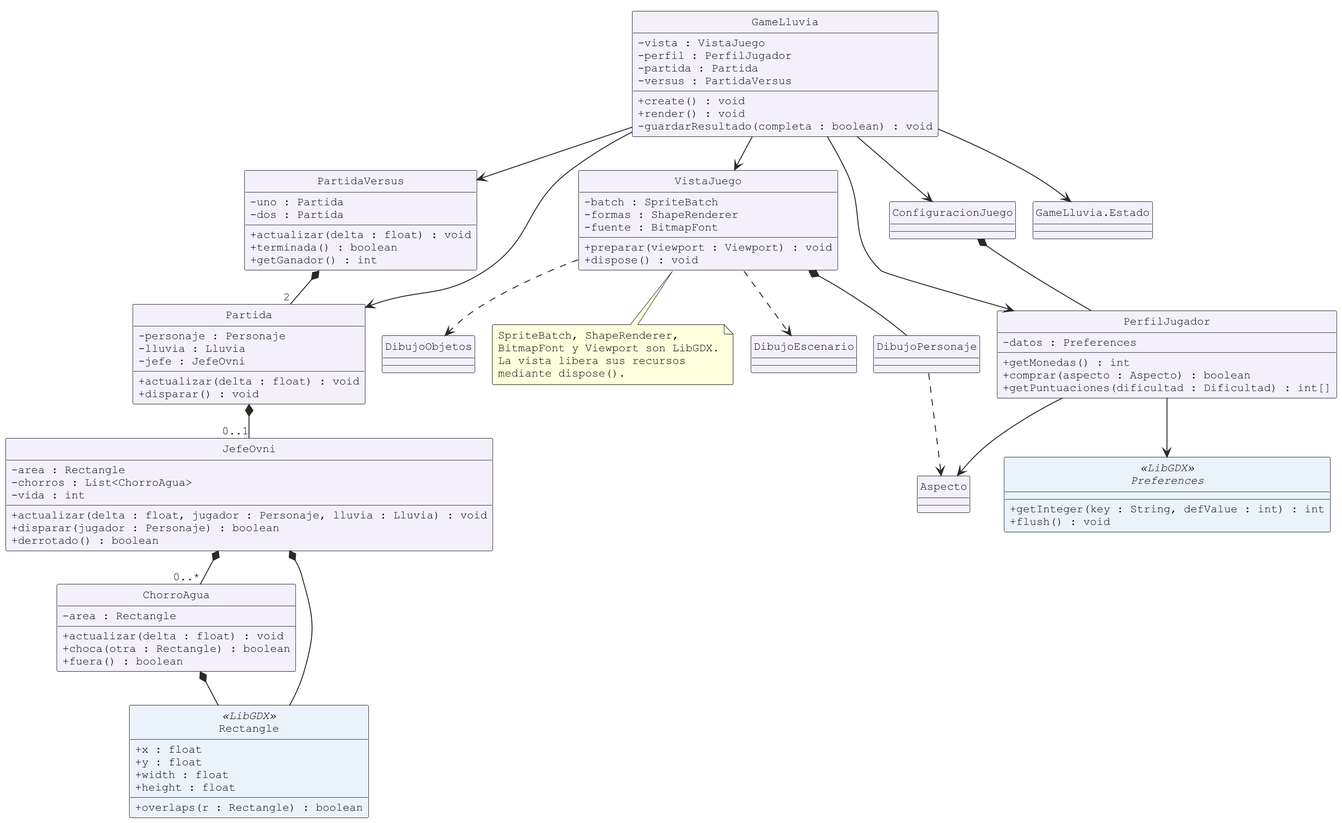
Earlier version of the PlantUML export docs/uml/06-sistemas.png (maverick1006/Proyecto-Game-LLuvia-). Source of this version:
```plantuml
@startuml
!pragma layout smetana
skinparam backgroundColor white
skinparam shadowing false
skinparam classAttributeIconSize 0
skinparam defaultFontName Courier New
skinparam defaultFontSize 12
skinparam dpi 180
skinparam roundcorner 3
skinparam ArrowColor #292929
skinparam classBorderColor #292929
skinparam classBackgroundColor #F3F0FC
skinparam classBackgroundColor<<abstracta>> #FFFCEB
skinparam classBackgroundColor<<interfaz>> #F0FAF0
skinparam classBackgroundColor<<LibGDX>> #EAF3FB
hide circle
class GameLluvia {
 - vista : VistaJuego
 - perfil : PerfilJugador
 - partida : Partida
 - versus : PartidaVersus
 + create() : void
 + render() : void
 - guardarResultado(completa : boolean) : void
}
class VistaJuego {
 - batch : SpriteBatch
 - formas : ShapeRenderer
 - fuente : BitmapFont
 + preparar(viewport : Viewport) : void
 + dispose() : void
}
class PartidaVersus {
 - uno : Partida
 - dos : Partida
 + actualizar(delta : float) : void
 + terminada() : boolean
 + getGanador() : int
}
class Partida {
 - personaje : Personaje
 - lluvia : Lluvia
 - jefe : JefeOvni
 + actualizar(delta : float) : void
 + disparar() : void
}
class JefeOvni {
 - area : Rectangle
 - chorros : List<ChorroAgua>
 - vida : int
 + actualizar(delta : float, jugador : Personaje, lluvia : Lluvia) : void
 + disparar(jugador : Personaje) : boolean
 + derrotado() : boolean
}
class ChorroAgua {
 - area : Rectangle
 + actualizar(delta : float) : void
 + choca(otra : Rectangle) : boolean
 + fuera() : boolean
}
class PerfilJugador {
 - datos : Preferences
 + getMonedas() : int
 + comprar(aspecto : Aspecto) : boolean
 + getPuntuaciones(dificultad : Dificultad) : int[]
}
class Rectangle <<LibGDX>> {
 + x : float
 + y : float
 + width : float
 + height : float
 + overlaps(r : Rectangle) : boolean
}
interface Preferences <<LibGDX>> {
 + getInteger(key : String, defValue : int) : int
 + flush() : void
}
GameLluvia --> VistaJuego
GameLluvia --> PerfilJugador
GameLluvia --> Partida
GameLluvia --> PartidaVersus
PartidaVersus *-- "2" Partida
Partida *-- "0..1" JefeOvni
JefeOvni *-- "0..*" ChorroAgua
JefeOvni *-- Rectangle
ChorroAgua *-- Rectangle
PerfilJugador --> Preferences
note bottom of VistaJuego
SpriteBatch, ShapeRenderer,
BitmapFont y Viewport son LibGDX.
La vista libera sus recursos
mediante dispose().
end note

class ConfiguracionJuego
enum Aspecto
enum "GameLluvia.Estado" as Estado
class DibujoEscenario
class DibujoObjetos
class DibujoPersonaje
GameLluvia --> Estado
GameLluvia --> ConfiguracionJuego
ConfiguracionJuego *-- PerfilJugador
PerfilJugador --> Aspecto
VistaJuego *-- DibujoPersonaje
VistaJuego ..> DibujoEscenario
VistaJuego ..> DibujoObjetos
DibujoPersonaje ..> Aspecto
@enduml
```
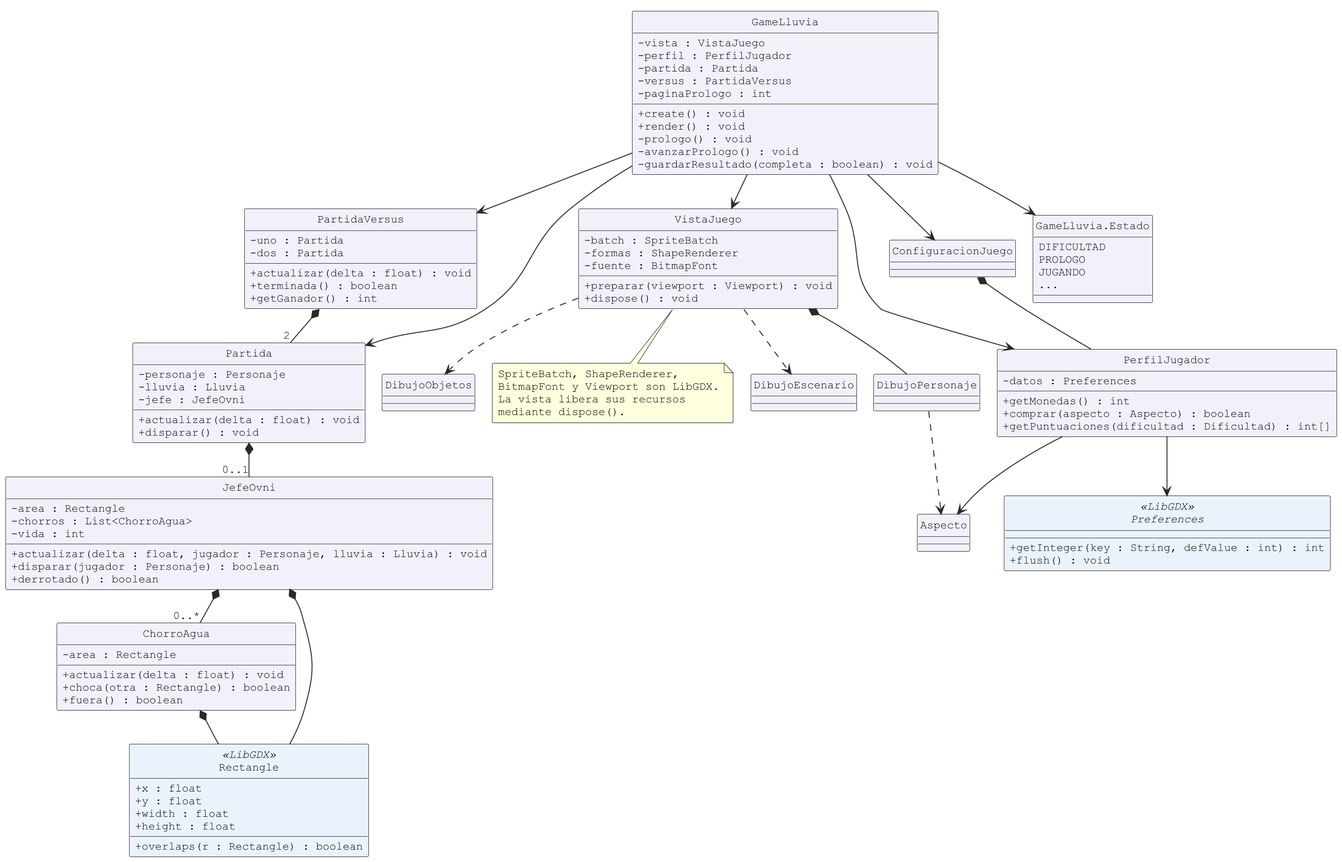
After the change.

The edit, as a diff of the source:
```diff
@@ -19,8 +19,11 @@
  - perfil : PerfilJugador
  - partida : Partida
  - versus : PartidaVersus
+ - paginaPrologo : int
  + create() : void
  + render() : void
+ - prologo() : void
+ - avanzarPrologo() : void
  - guardarResultado(completa : boolean) : void
 }
 class VistaJuego {
@@ -94,7 +97,12 @@
 
 class ConfiguracionJuego
 enum Aspecto
-enum "GameLluvia.Estado" as Estado
+enum "GameLluvia.Estado" as Estado {
+ DIFICULTAD
+ PROLOGO
+ JUGANDO
+ ...
+}
 class DibujoEscenario
 class DibujoObjetos
 class DibujoPersonaje
```
